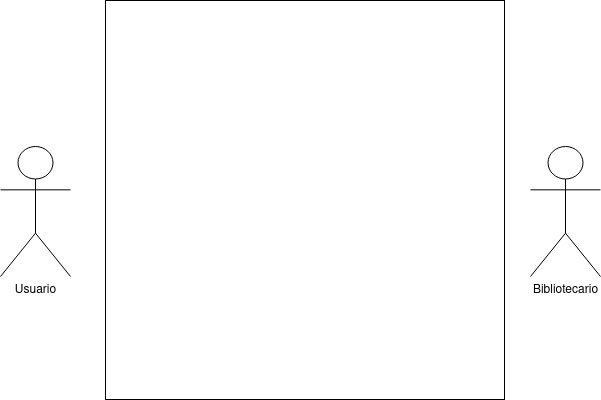
GermanOjeda/Tarea-ETS keeps this draw.io diagram as casos de uso biblioteca.drawio.png. Above is the earlier version. Source tidied: cells renumbered, new cells last; positions are measured from the earlier drawing's top-left corner, leaving out a move shared by most shapes.
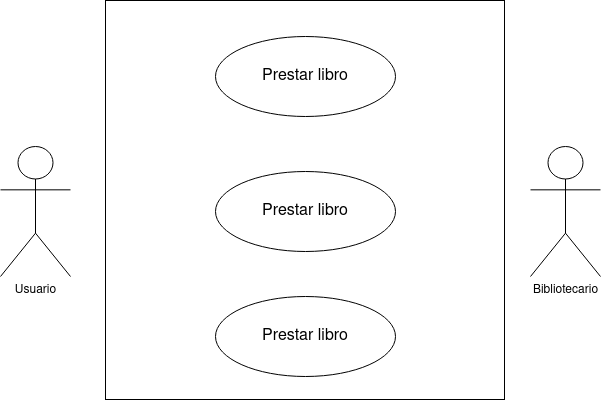
The same file after the commit.

Change to the diagram source:
```diff
@@ -11,5 +11,14 @@
     <mxCell id="4" value="&lt;div&gt;Bibliotecario&lt;/div&gt;&lt;div&gt;&lt;br&gt;&lt;/div&gt;" style="shape=umlActor;verticalLabelPosition=bottom;verticalAlign=top;html=1;" parent="1" vertex="1">
       <mxGeometry x="530" y="146" width="70" height="130" as="geometry" />
     </mxCell>
+    <mxCell id="5" value="&lt;font style=&quot;font-size: 16px;&quot;&gt;Prestar libro&lt;/font&gt;" style="ellipse;whiteSpace=wrap;html=1;" parent="1" vertex="1">
+      <mxGeometry x="215" y="36" width="180" height="80" as="geometry" />
+    </mxCell>
+    <mxCell id="6" value="&lt;font style=&quot;font-size: 16px;&quot;&gt;Prestar libro&lt;/font&gt;" style="ellipse;whiteSpace=wrap;html=1;" parent="1" vertex="1">
+      <mxGeometry x="215" y="171" width="180" height="80" as="geometry" />
+    </mxCell>
+    <mxCell id="7" value="&lt;font style=&quot;font-size: 16px;&quot;&gt;Prestar libro&lt;/font&gt;" style="ellipse;whiteSpace=wrap;html=1;" parent="1" vertex="1">
+      <mxGeometry x="215" y="296" width="180" height="80" as="geometry" />
+    </mxCell>
   </root>
 </mxGraphModel>
```
